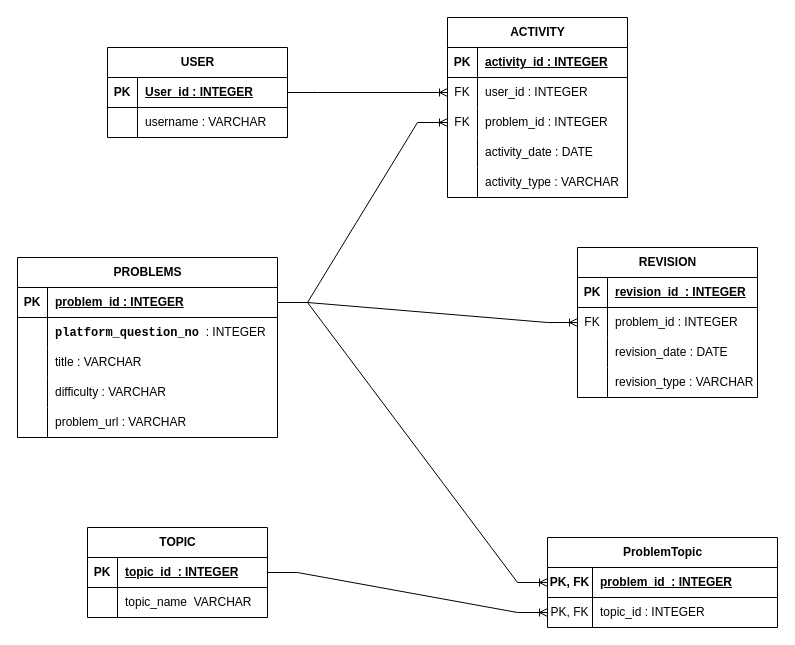
PixelDotCodes/codeforge keeps this draw.io diagram as docs/ER_Diagram.drawio. Above is the earlier version. Source tidied: cells renumbered, new cells numbered last; positions are measured from the earlier drawing's top-left corner, leaving out a move shared by most shapes. Both pictures are drawn from the tidied source at 100%, with x=0, y=0 at pixel (17, 17).
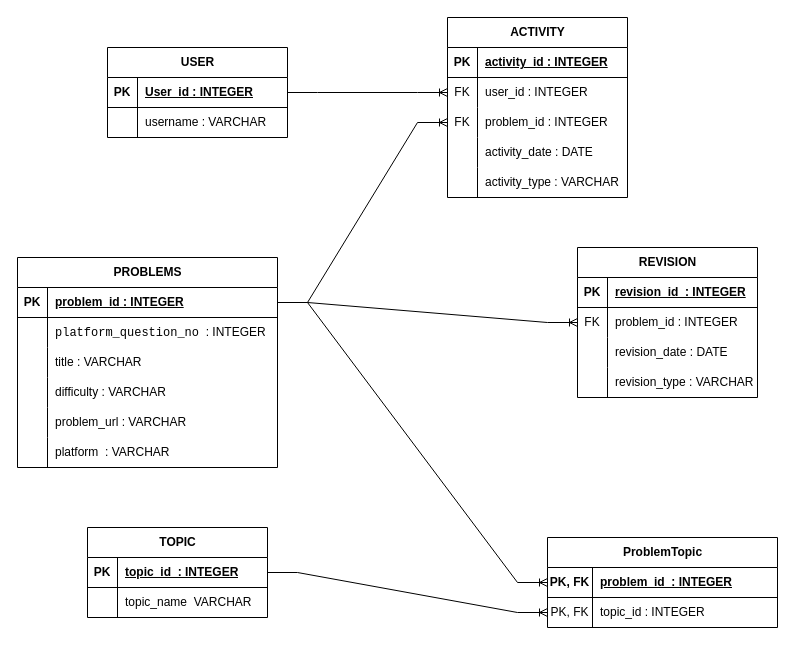
The same diagram, later.

The change refers to these unchanged cells:
```xml
<mxCell id="13" style="shape=tableRow;horizontal=0;startSize=0;swimlaneHead=0;swimlaneBody=0;fillColor=none;top=0;left=0;right=0;bottom=0;" parent="9" vertex="1">
  <mxGeometry y="60" width="260" height="30" as="geometry" />
</mxCell>
```

The edit, as a diff of the source:
```diff
@@
     <mxCell id="9" value="PROBLEMS" style="shape=table;startSize=30;childLayout=tableLayout;rowLines=0;fontStyle=1;align=center;html=1;" parent="1" vertex="1">
-      <mxGeometry y="240" width="260" height="180" as="geometry" />
+      <mxGeometry y="240" width="260" height="210" as="geometry" />
     </mxCell>
@@
-    <mxCell id="15" value="&lt;strong&gt;&lt;code&gt;platform_question_no&lt;/code&gt;&lt;/strong&gt;&amp;nbsp;&amp;nbsp;: INTEGER" style="shape=partialRectangle;fillColor=none;top=0;left=0;bottom=0;right=0;align=left;spacingLeft=6;overflow=hidden;whiteSpace=wrap;html=1;" parent="13" vertex="1">
+    <mxCell id="15" value="&lt;span style=&quot;&quot;&gt;&lt;code style=&quot;&quot;&gt;platform_question_no&lt;/code&gt;&lt;/span&gt;&amp;nbsp;&amp;nbsp;: INTEGER" style="shape=partialRectangle;fillColor=none;top=0;left=0;bottom=0;right=0;align=left;spacingLeft=6;overflow=hidden;whiteSpace=wrap;html=1;" parent="13" vertex="1">
       <mxGeometry x="30" width="230" height="30" as="geometry" />
     </mxCell>
@@
+    <mxCell id="73" style="shape=tableRow;horizontal=0;startSize=0;swimlaneHead=0;swimlaneBody=0;fillColor=none;top=0;left=0;right=0;bottom=0;" parent="9" vertex="1">
+      <mxGeometry y="180" width="260" height="30" as="geometry" />
+    </mxCell>
+    <mxCell id="74" style="shape=partialRectangle;fillColor=none;top=0;left=0;bottom=0;right=0;overflow=hidden;whiteSpace=wrap;html=1;" parent="73" vertex="1">
+      <mxGeometry width="30" height="30" as="geometry" />
+    </mxCell>
+    <mxCell id="75" value="platform&amp;nbsp; : VARCHAR" style="shape=partialRectangle;fillColor=none;top=0;left=0;bottom=0;right=0;align=left;spacingLeft=6;overflow=hidden;whiteSpace=wrap;html=1;" parent="73" vertex="1">
+      <mxGeometry x="30" width="230" height="30" as="geometry" />
+    </mxCell>
```
